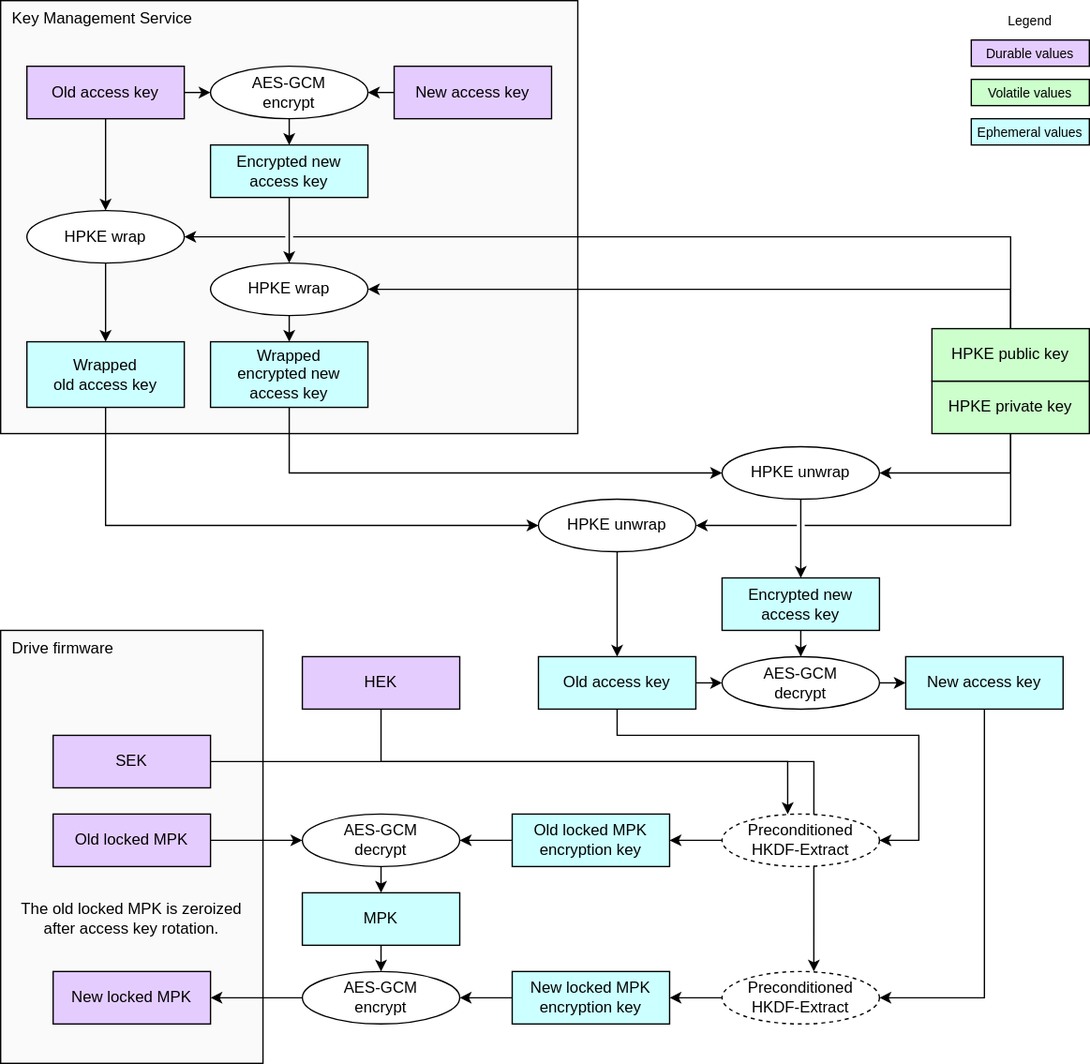
Above: doc/ocp_lock/diagrams/mpk_access_key_rotation.drawio.svg in chipsalliance/Caliptra (draw.io), before the change. Source tidied: cells renumbered, new cells last; positions are measured from the earlier drawing's top-left corner, leaving out a move shared by most shapes.
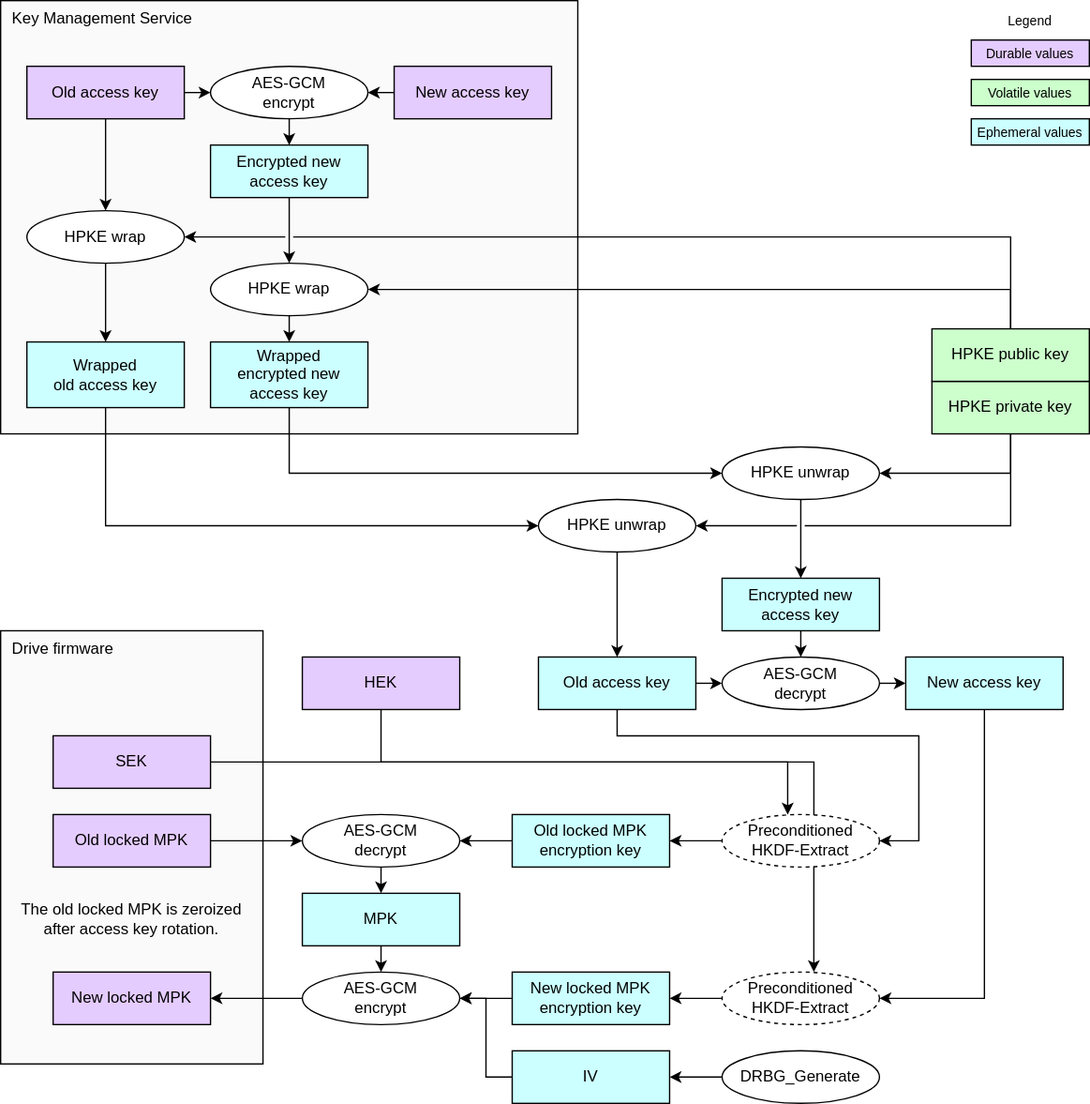
Later version of the same file.

What changed in the source:
```diff
@@ -238,5 +238,17 @@
     <mxCell id="65" value="&lt;span style=&quot;color: rgb(0, 0, 0);&quot;&gt;Preconditioned HKDF-Extract&lt;/span&gt;" style="ellipse;whiteSpace=wrap;html=1;fillColor=#FFFFFF;dashed=1;" parent="1" vertex="1">
       <mxGeometry x="550" y="620" width="120" height="40" as="geometry" />
     </mxCell>
+    <mxCell id="66" value="&lt;div&gt;&lt;font color=&quot;#000000&quot;&gt;IV&lt;/font&gt;&lt;/div&gt;" style="rounded=0;whiteSpace=wrap;html=1;align=center;verticalAlign=middle;shadow=0;glass=0;spacingLeft=0;spacingBottom=0;spacingTop=0;fillColor=#CCFFFF;" parent="1" vertex="1">
+      <mxGeometry x="390" y="800" width="120" height="40" as="geometry" />
+    </mxCell>
+    <mxCell id="67" value="DRBG_Generate" style="ellipse;whiteSpace=wrap;html=1;fillColor=#FFFFFF;" parent="1" vertex="1">
+      <mxGeometry x="550" y="800" width="120" height="40" as="geometry" />
+    </mxCell>
+    <mxCell id="68" style="endArrow=classic;html=1;exitX=0;exitY=0.5;exitDx=0;exitDy=0;entryX=1;entryY=0.5;entryDx=0;entryDy=0;" parent="1" edge="1" source="67" target="66">
+      <mxGeometry relative="1" as="geometry" />
+    </mxCell>
+    <mxCell id="69" style="endArrow=classic;html=1;exitX=0;exitY=0.5;exitDx=0;exitDy=0;entryX=1;entryY=0.5;entryDx=0;entryDy=0;edgeStyle=orthogonalEdgeStyle;rounded=0;curved=0;" parent="1" edge="1" source="66" target="21">
+      <mxGeometry relative="1" as="geometry" />
+    </mxCell>
   </root>
 </mxGraphModel>
```
